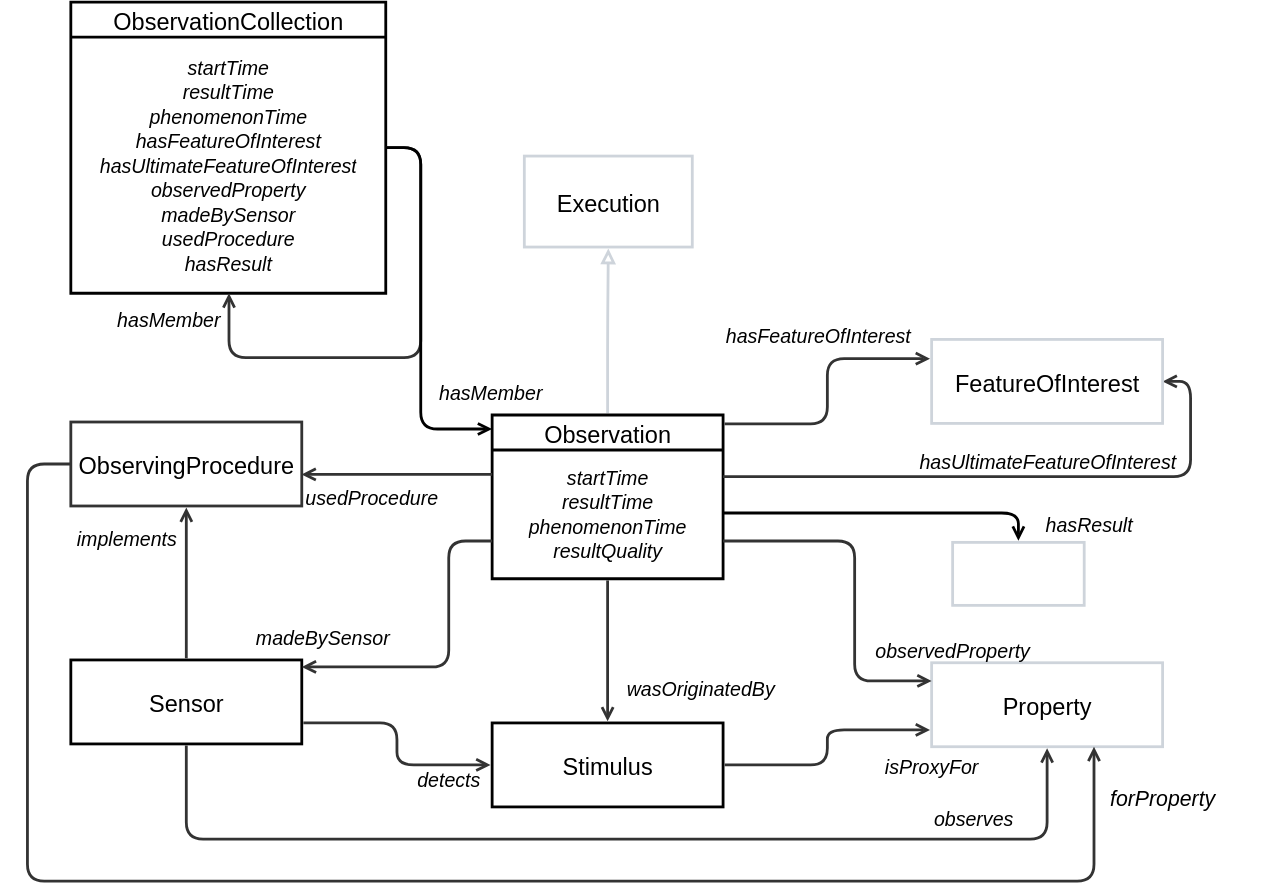
Earlier version of the draw.io export ssn/images/Observation.svg (afeliachi/sdw-sosa-ssn). Source tidied: cells renumbered, new cells last; positions are measured from the earlier drawing's top-left corner, leaving out a move shared by most shapes.
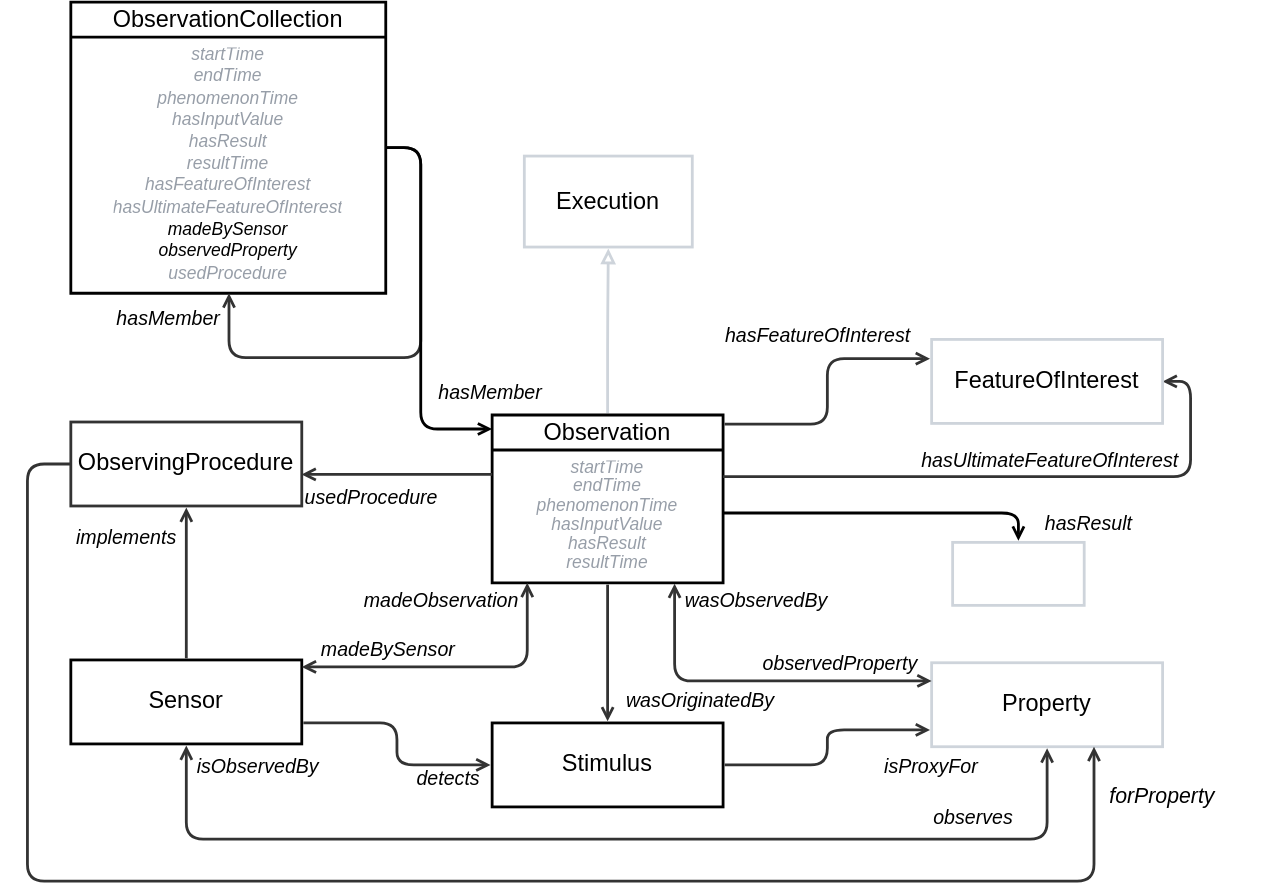
Later version of the same file.

Commit message:
black/grey for defined in/outside module. Add more property names

Diff of the diagram source:
```diff
@@ -15,19 +15,18 @@
       <mxGeometry x="494" y="215" width="180" height="45" as="geometry" />
     </mxCell>
     <mxCell id="6" value="Observation" style="html=1;overflow=block;blockSpacing=1;swimlane;horizontal=1;fontStyle=0;swimlaneFillColor=none;startSize=25;whiteSpace=wrap;fontSize=16.8;align=center;spacing=0;strokeOpacity=100;fillColor=none;strokeWidth=2;fontColor=default;convertToSvg=1;" parent="1" vertex="1">
-      <mxGeometry x="351" y="295" width="165" height="117" as="geometry" />
+      <mxGeometry x="351" y="295" width="165" height="120" as="geometry" />
     </mxCell>
-    <mxCell id="7" value="&lt;div style=&quot;display: flex; justify-content: center; text-align: center; align-items: baseline; line-height: 1.25; margin-top: -2px;&quot;&gt;&lt;span style=&quot;font-style: italic;&quot;&gt;&lt;font style=&quot;font-size: 14px;&quot;&gt;startTime&lt;br&gt;&lt;/font&gt;&lt;/span&gt;&lt;/div&gt;&lt;div style=&quot;display: flex; justify-content: center; text-align: center; align-items: baseline; line-height: 1.25; margin-top: -2px;&quot;&gt;&lt;span&gt;&lt;span style=&quot;font-style: italic;&quot;&gt;&lt;font style=&quot;font-size: 14px;&quot;&gt;resultTime&lt;br&gt;&lt;/font&gt;&lt;/span&gt;&lt;/span&gt;&lt;/div&gt;&lt;div style=&quot;display: flex; justify-content: center; text-align: center; align-items: baseline; line-height: 1.25; margin-top: -2px;&quot;&gt;&lt;span&gt;&lt;span style=&quot;font-style: italic;&quot;&gt;&lt;font style=&quot;font-size: 14px;&quot;&gt;phenomenonTime&lt;br&gt;&lt;/font&gt;&lt;/span&gt;&lt;/span&gt;&lt;/div&gt;&lt;div style=&quot;display: flex; justify-content: center; text-align: center; align-items: baseline; line-height: 1.25; margin-top: -2px;&quot;&gt;&lt;span style=&quot;font-style: italic;&quot;&gt;&lt;font style=&quot;font-size: 14px;&quot;&gt;resultQuality&lt;/font&gt;&lt;/span&gt;&lt;/div&gt;" style="html=1;strokeColor=none;fillColor=none;verticalAlign=middle;spacingLeft=4;spacingRight=4;overflow=hidden;points=[[0,0.5],[1,0.5]];portConstraint=eastwest;swimlaneFillColor=none;strokeOpacity=100;whiteSpace=wrap;fontSize=15.2;fontStyle=2;align=center;strokeWidth=2;fontColor=default;convertToSvg=1;" parent="6" vertex="1">
-      <mxGeometry y="25" width="165" height="92" as="geometry" />
+    <mxCell id="7" value="&lt;div style=&quot;border-color: var(--border-color); font-size: 12.5px; display: flex; justify-content: center; align-items: baseline; line-height: 1.25; margin-top: -2px;&quot;&gt;&lt;font style=&quot;border-color: var(--border-color);&quot;&gt;&lt;font style=&quot;border-color: var(--border-color);&quot; color=&quot;#979ea8&quot;&gt;startTime&lt;/font&gt;&lt;/font&gt;&lt;/div&gt;&lt;div style=&quot;border-color: var(--border-color); font-size: 12.5px; display: flex; justify-content: center; align-items: baseline; line-height: 1.25; margin-top: -2px;&quot;&gt;&lt;font style=&quot;border-color: var(--border-color);&quot;&gt;&lt;font style=&quot;border-color: var(--border-color);&quot; color=&quot;#979ea8&quot;&gt;endTime&lt;/font&gt;&lt;/font&gt;&lt;/div&gt;&lt;div style=&quot;border-color: var(--border-color); font-size: 12.5px; display: flex; justify-content: center; align-items: baseline; line-height: 1.25; margin-top: -2px;&quot;&gt;&lt;font style=&quot;border-color: var(--border-color);&quot;&gt;&lt;font style=&quot;border-color: var(--border-color);&quot; color=&quot;#979ea8&quot;&gt;phenomenonTime&lt;/font&gt;&lt;/font&gt;&lt;/div&gt;&lt;div style=&quot;border-color: var(--border-color); font-size: 12.5px; display: flex; justify-content: center; align-items: baseline; line-height: 1.25; margin-top: -2px;&quot;&gt;&lt;font style=&quot;border-color: var(--border-color);&quot;&gt;&lt;font style=&quot;border-color: var(--border-color);&quot; color=&quot;#979ea8&quot;&gt;hasInputValue&lt;/font&gt;&lt;/font&gt;&lt;/div&gt;&lt;div style=&quot;border-color: var(--border-color); font-size: 12.5px; display: flex; justify-content: center; align-items: baseline; line-height: 1.25; margin-top: -2px;&quot;&gt;&lt;font style=&quot;border-color: var(--border-color);&quot;&gt;&lt;font style=&quot;border-color: var(--border-color);&quot; color=&quot;#979ea8&quot;&gt;hasResult&lt;/font&gt;&lt;/font&gt;&lt;/div&gt;&lt;div style=&quot;border-color: var(--border-color); font-size: 12.5px; display: flex; justify-content: center; align-items: baseline; line-height: 1.25; margin-top: -2px;&quot;&gt;&lt;font style=&quot;border-color: var(--border-color);&quot;&gt;&lt;font style=&quot;border-color: var(--border-color);&quot; color=&quot;#979ea8&quot;&gt;resultTime&lt;/font&gt;&lt;/font&gt;&lt;/div&gt;" style="html=1;strokeColor=none;fillColor=none;verticalAlign=middle;spacingLeft=4;spacingRight=4;overflow=hidden;points=[[0,0.5],[1,0.5]];portConstraint=eastwest;swimlaneFillColor=none;strokeOpacity=100;whiteSpace=wrap;fontSize=15.2;fontStyle=2;align=center;strokeWidth=2;fontColor=default;convertToSvg=1;" parent="6" vertex="1">
+      <mxGeometry y="25" width="165" height="95" as="geometry" />
     </mxCell>
     <mxCell id="8" value="Sensor" style="html=1;overflow=block;blockSpacing=1;whiteSpace=wrap;fontSize=16.8;align=center;spacing=0;strokeOpacity=100;fillColor=none;strokeWidth=2;swimlaneFillColor=none;fontColor=default;convertToSvg=1;" parent="1" vertex="1">
       <mxGeometry x="50" y="470" width="165" height="60" as="geometry" />
     </mxCell>
-    <mxCell id="9" style="html=1;jettySize=18;whiteSpace=wrap;fontSize=13;strokeColor=#333333;strokeOpacity=100;strokeWidth=2;rounded=1;arcSize=24;edgeStyle=orthogonalEdgeStyle;startArrow=none;endArrow=open;lucidId=pEnhoM4dJrAu;fontColor=default;convertToSvg=1;" parent="1" edge="1" source="7" target="8">
+    <mxCell id="9" style="html=1;jettySize=18;whiteSpace=wrap;fontSize=13;strokeColor=#333333;strokeOpacity=100;strokeWidth=2;rounded=1;arcSize=24;edgeStyle=orthogonalEdgeStyle;startArrow=open;endArrow=open;lucidId=pEnhoM4dJrAu;fontColor=default;convertToSvg=1;exitX=0.152;exitY=0.999;exitDx=0;exitDy=0;exitPerimeter=0;startFill=0;" parent="1" edge="1" source="7" target="8">
       <mxGeometry relative="1" as="geometry">
         <Array as="points">
-          <mxPoint x="320" y="385" />
-          <mxPoint x="320" y="475" />
+          <mxPoint x="376" y="475" />
         </Array>
       </mxGeometry>
     </mxCell>
@@ -41,16 +40,15 @@
     <mxCell id="11" value="Property" style="html=1;overflow=block;blockSpacing=1;whiteSpace=wrap;fontSize=16.8;align=center;spacing=0;strokeColor=#ced4db;strokeOpacity=100;fillOpacity=100;fillColor=none;strokeWidth=2;fontColor=default;convertToSvg=1;" parent="1" vertex="1">
       <mxGeometry x="665" y="472" width="165" height="60" as="geometry" />
     </mxCell>
-    <mxCell id="12" style="html=1;jettySize=18;whiteSpace=wrap;fontSize=13;strokeColor=#333333;strokeOpacity=100;strokeWidth=2;rounded=1;arcSize=24;edgeStyle=orthogonalEdgeStyle;startArrow=none;endArrow=open;lucidId=rHnhzhYCxNac;fontColor=default;convertToSvg=1;" parent="1" edge="1" source="7" target="11">
+    <mxCell id="12" style="html=1;jettySize=18;whiteSpace=wrap;fontSize=13;strokeColor=#333333;strokeOpacity=100;strokeWidth=2;rounded=1;arcSize=24;edgeStyle=orthogonalEdgeStyle;startArrow=open;endArrow=open;lucidId=rHnhzhYCxNac;fontColor=default;convertToSvg=1;exitX=0.79;exitY=1.005;exitDx=0;exitDy=0;exitPerimeter=0;startFill=0;" parent="1" edge="1" source="7" target="11">
       <mxGeometry relative="1" as="geometry">
         <Array as="points">
-          <mxPoint x="610" y="385" />
-          <mxPoint x="610" y="485" />
+          <mxPoint x="481" y="485" />
         </Array>
       </mxGeometry>
     </mxCell>
     <mxCell id="13" value="observedProperty" style="html=1;overflow=block;blockSpacing=1;whiteSpace=wrap;fontSize=14;fontColor=default;fontStyle=2;align=center;spacing=0;strokeColor=none;strokeOpacity=100;fillOpacity=100;fillColor=none;strokeWidth=2;lucidId=uHnhI1piTKAt;convertToSvg=1;" parent="1" vertex="1">
-      <mxGeometry x="590" y="440" width="180" height="45" as="geometry" />
+      <mxGeometry x="510" y="450" width="180" height="45" as="geometry" />
     </mxCell>
     <mxCell id="14" value="hasUltimateFeatureOfInterest" style="html=1;overflow=block;blockSpacing=1;whiteSpace=wrap;fontSize=14;fontStyle=2;align=center;spacing=0;strokeColor=none;strokeOpacity=100;fillOpacity=100;fillColor=none;strokeWidth=2;lucidId=6BohEpO367qT;fontColor=default;convertToSvg=1;" parent="1" vertex="1">
       <mxGeometry x="658" y="305" width="180" height="45" as="geometry" />
@@ -76,7 +74,7 @@
       <mxGeometry relative="1" as="geometry" />
     </mxCell>
     <mxCell id="20" value="wasOriginatedBy" style="html=1;overflow=block;blockSpacing=1;whiteSpace=wrap;fontSize=14;fontColor=default;fontStyle=2;align=center;spacing=0;strokeColor=none;strokeOpacity=100;fillOpacity=100;fillColor=none;strokeWidth=2;lucidId=ENohH3bP3nPS;convertToSvg=1;" parent="1" vertex="1">
-      <mxGeometry x="410" y="467" width="180" height="45" as="geometry" />
+      <mxGeometry x="410" y="476" width="180" height="45" as="geometry" />
     </mxCell>
     <mxCell id="21" value="detects" style="html=1;overflow=block;blockSpacing=1;whiteSpace=wrap;fontSize=14;fontColor=default;fontStyle=2;align=center;spacing=0;strokeColor=none;strokeOpacity=100;fillOpacity=100;fillColor=none;strokeWidth=2;lucidId=UNohE9axuzDD;convertToSvg=1;" parent="1" vertex="1">
       <mxGeometry x="230" y="532" width="180" height="45" as="geometry" />
@@ -99,7 +97,7 @@
     <mxCell id="25" value="ObservationCollection" style="html=1;overflow=block;blockSpacing=1;swimlane;horizontal=1;fontStyle=0;swimlaneFillColor=none;startSize=25;whiteSpace=wrap;fontSize=16.8;align=center;spacing=0;strokeOpacity=100;fillColor=none;strokeWidth=2;fontColor=default;convertToSvg=1;" parent="1" vertex="1">
       <mxGeometry x="50" width="225" height="208" as="geometry" />
     </mxCell>
-    <mxCell id="26" value="&lt;div style=&quot;display: flex; justify-content: center; text-align: center; align-items: baseline; line-height: 1.25; margin-top: -2px;&quot;&gt;&lt;span style=&quot;font-style: italic;&quot;&gt;&lt;font style=&quot;font-size: 14px;&quot;&gt;startTime&lt;br&gt;&lt;/font&gt;&lt;/span&gt;&lt;/div&gt;&lt;div style=&quot;display: flex; justify-content: center; text-align: center; align-items: baseline; line-height: 1.25; margin-top: -2px;&quot;&gt;&lt;span&gt;&lt;span style=&quot;font-style: italic;&quot;&gt;&lt;font style=&quot;font-size: 14px;&quot;&gt;resultTime&lt;br&gt;&lt;/font&gt;&lt;/span&gt;&lt;/span&gt;&lt;/div&gt;&lt;div style=&quot;display: flex; justify-content: center; text-align: center; align-items: baseline; line-height: 1.25; margin-top: -2px;&quot;&gt;&lt;span&gt;&lt;span style=&quot;font-style: italic;&quot;&gt;&lt;font style=&quot;font-size: 14px;&quot;&gt;phenomenonTime&lt;br&gt;&lt;/font&gt;&lt;/span&gt;&lt;/span&gt;&lt;/div&gt;&lt;div style=&quot;display: flex; justify-content: center; text-align: center; align-items: baseline; line-height: 1.25; margin-top: -2px;&quot;&gt;&lt;span&gt;&lt;span style=&quot;font-style: italic;&quot;&gt;&lt;font style=&quot;font-size: 14px;&quot;&gt;hasFeatureOfInterest&lt;br&gt;&lt;/font&gt;&lt;/span&gt;&lt;/span&gt;&lt;/div&gt;&lt;div style=&quot;display: flex; justify-content: center; text-align: center; align-items: baseline; line-height: 1.25; margin-top: -2px;&quot;&gt;&lt;span&gt;&lt;span style=&quot;font-style: italic;&quot;&gt;&lt;font style=&quot;font-size: 14px;&quot;&gt;hasUltimateFeatureOfInterest&lt;br&gt;&lt;/font&gt;&lt;/span&gt;&lt;/span&gt;&lt;/div&gt;&lt;div style=&quot;display: flex; justify-content: center; text-align: center; align-items: baseline; line-height: 1.25; margin-top: -2px;&quot;&gt;&lt;span&gt;&lt;span style=&quot;font-style: italic;&quot;&gt;&lt;font style=&quot;font-size: 14px;&quot;&gt;observedProperty&lt;br&gt;&lt;/font&gt;&lt;/span&gt;&lt;/span&gt;&lt;/div&gt;&lt;div style=&quot;display: flex; justify-content: center; text-align: center; align-items: baseline; line-height: 1.25; margin-top: -2px;&quot;&gt;&lt;span&gt;&lt;span style=&quot;font-style: italic;&quot;&gt;&lt;font style=&quot;font-size: 14px;&quot;&gt;madeBySensor&lt;br&gt;&lt;/font&gt;&lt;/span&gt;&lt;/span&gt;&lt;/div&gt;&lt;div style=&quot;display: flex; justify-content: center; text-align: center; align-items: baseline; line-height: 1.25; margin-top: -2px;&quot;&gt;&lt;span&gt;&lt;span style=&quot;font-style: italic;&quot;&gt;&lt;font style=&quot;font-size: 14px;&quot;&gt;usedProcedure&lt;br&gt;&lt;/font&gt;&lt;/span&gt;&lt;/span&gt;&lt;/div&gt;&lt;div style=&quot;display: flex; justify-content: center; text-align: center; align-items: baseline; line-height: 1.25; margin-top: -2px;&quot;&gt;&lt;span style=&quot;font-style: italic;&quot;&gt;&lt;font style=&quot;font-size: 14px;&quot;&gt;hasResult&lt;/font&gt;&lt;/span&gt;&lt;/div&gt;" style="html=1;strokeColor=none;fillColor=none;verticalAlign=middle;spacingLeft=4;spacingRight=4;overflow=hidden;points=[[0,0.5],[1,0.5]];portConstraint=eastwest;swimlaneFillColor=none;strokeOpacity=100;whiteSpace=wrap;fontSize=15.2;fontStyle=2;align=center;strokeWidth=2;fontColor=default;convertToSvg=1;" parent="25" vertex="1">
+    <mxCell id="26" value="&lt;div style=&quot;display: flex; justify-content: center; text-align: center; align-items: baseline; line-height: 1.25; margin-top: -2px; font-size: 12.5px;&quot;&gt;&lt;span style=&quot;font-style: italic;&quot;&gt;&lt;font style=&quot;border-color: var(--border-color); font-size: 12.5px;&quot; color=&quot;#979ea8&quot;&gt;startTime&lt;br style=&quot;border-color: var(--border-color); padding: 0px; margin: 0px;&quot;&gt;endTime&lt;br style=&quot;border-color: var(--border-color); padding: 0px; margin: 0px;&quot;&gt;&lt;span style=&quot;border-color: var(--border-color);&quot;&gt;phenomenonTime&lt;/span&gt;&lt;br style=&quot;border-color: var(--border-color); padding: 0px; margin: 0px;&quot;&gt;&lt;span style=&quot;border-color: var(--border-color);&quot;&gt;hasInputValue&lt;/span&gt;&lt;br style=&quot;border-color: var(--border-color); padding: 0px; margin: 0px;&quot;&gt;&lt;span style=&quot;border-color: var(--border-color);&quot;&gt;hasResult&lt;/span&gt;&lt;br style=&quot;border-color: var(--border-color); padding: 0px; margin: 0px;&quot;&gt;&lt;span style=&quot;border-color: var(--border-color);&quot;&gt;resultTime&lt;/span&gt;&lt;br style=&quot;border-color: var(--border-color); padding: 0px; margin: 0px;&quot;&gt;&lt;span style=&quot;border-color: var(--border-color);&quot;&gt;hasFeatureOfInterest&lt;/span&gt;&lt;br style=&quot;border-color: var(--border-color); padding: 0px; margin: 0px;&quot;&gt;&lt;span style=&quot;border-color: var(--border-color);&quot;&gt;hasUltimateFeatureOfInterest&lt;/span&gt;&lt;/font&gt;&lt;br style=&quot;border-color: var(--border-color); font-size: 12.5px; padding: 0px; margin: 0px;&quot;&gt;&lt;span style=&quot;border-color: var(--border-color); font-size: 12.5px;&quot;&gt;madeBySensor&lt;br style=&quot;border-color: var(--border-color);&quot;&gt;&lt;/span&gt;&lt;span style=&quot;border-color: var(--border-color); font-size: 12.5px; background-color: initial;&quot;&gt;observedProperty&lt;br style=&quot;border-color: var(--border-color);&quot;&gt;&lt;/span&gt;&lt;span style=&quot;border-color: var(--border-color); font-size: 12.5px; background-color: initial; color: rgb(151, 158, 168);&quot;&gt;usedProcedure&lt;/span&gt;&lt;br&gt;&lt;/span&gt;&lt;/div&gt;" style="html=1;strokeColor=none;fillColor=none;verticalAlign=middle;spacingLeft=4;spacingRight=4;overflow=hidden;points=[[0,0.5],[1,0.5]];portConstraint=eastwest;swimlaneFillColor=none;strokeOpacity=100;whiteSpace=wrap;fontSize=15.2;fontStyle=2;align=center;strokeWidth=2;fontColor=default;convertToSvg=1;" parent="25" vertex="1">
       <mxGeometry y="25" width="225" height="183" as="geometry" />
     </mxCell>
     <mxCell id="27" style="html=1;jettySize=18;whiteSpace=wrap;fontSize=13;strokeColor=#333333;strokeOpacity=100;strokeWidth=2;rounded=1;arcSize=24;edgeStyle=orthogonalEdgeStyle;startArrow=none;endArrow=open;lucidId=UNwiSLJqu.nH;fontColor=default;convertToSvg=1;" parent="25" edge="1" source="26" target="26">
@@ -129,7 +127,7 @@
       </mxGeometry>
     </mxCell>
     <mxCell id="32" value="madeBySensor" style="html=1;overflow=block;blockSpacing=1;whiteSpace=wrap;fontSize=14;fontColor=default;fontStyle=2;align=center;spacing=0;strokeColor=none;strokeOpacity=100;fillOpacity=100;fillColor=none;strokeWidth=2;lucidId=REnh4P5LXUKC;convertToSvg=1;" parent="1" vertex="1">
-      <mxGeometry x="140" y="431" width="180" height="45" as="geometry" />
+      <mxGeometry x="187" y="440" width="180" height="45" as="geometry" />
     </mxCell>
     <mxCell id="33" value="usedProcedure" style="html=1;overflow=block;blockSpacing=1;whiteSpace=wrap;fontSize=14;fontStyle=2;align=center;spacing=0;strokeColor=none;strokeOpacity=100;fillOpacity=100;fillColor=none;strokeWidth=2;lucidId=pFnhXCzcV6r5;fontColor=default;convertToSvg=1;" parent="1" vertex="1">
       <mxGeometry x="200" y="338.5" width="130" height="30" as="geometry" />
@@ -143,7 +141,7 @@
     <mxCell id="36" value="implements" style="html=1;overflow=block;blockSpacing=1;whiteSpace=wrap;fontSize=14;fontStyle=2;align=center;spacing=0;strokeColor=none;strokeOpacity=100;fillOpacity=100;fillColor=none;strokeWidth=2;lucidId=2fglzt4mrBW.;fontColor=default;convertToSvg=1;" parent="1" vertex="1">
       <mxGeometry y="360" width="180" height="45" as="geometry" />
     </mxCell>
-    <mxCell id="37" style="html=1;jettySize=18;whiteSpace=wrap;fontSize=13;strokeColor=#333333;strokeOpacity=100;strokeWidth=2;rounded=1;arcSize=24;edgeStyle=orthogonalEdgeStyle;startArrow=none;endArrow=open;exitX=0.5;exitY=1.019;exitPerimeter=0;entryX=0.5;entryY=1.019;entryPerimeter=0;lucidId=ohglutsPX9Mi;fontColor=default;convertToSvg=1;" parent="1" edge="1" source="8" target="11">
+    <mxCell id="37" style="html=1;jettySize=18;whiteSpace=wrap;fontSize=13;strokeColor=#333333;strokeOpacity=100;strokeWidth=2;rounded=1;arcSize=24;edgeStyle=orthogonalEdgeStyle;startArrow=open;endArrow=open;exitX=0.5;exitY=1.019;exitPerimeter=0;entryX=0.5;entryY=1.019;entryPerimeter=0;lucidId=ohglutsPX9Mi;fontColor=default;convertToSvg=1;startFill=0;" parent="1" edge="1" source="8" target="11">
       <mxGeometry relative="1" as="geometry">
         <Array as="points">
           <mxPoint x="133" y="598" />
@@ -167,5 +165,14 @@
     <mxCell id="41" value="hasResult" style="html=1;overflow=block;blockSpacing=1;whiteSpace=wrap;fontSize=14;fontStyle=2;align=center;spacing=0;strokeColor=none;strokeOpacity=100;fillOpacity=100;fillColor=none;strokeWidth=2;lucidId=1Fbi5KvL8pxK;fontColor=default;convertToSvg=1;" parent="1" vertex="1">
       <mxGeometry x="710" y="350" width="135" height="45" as="geometry" />
     </mxCell>
+    <mxCell id="42" value="wasObservedBy" style="html=1;overflow=block;blockSpacing=1;whiteSpace=wrap;fontSize=14;fontColor=default;fontStyle=2;align=center;spacing=0;strokeColor=none;strokeOpacity=100;fillOpacity=100;fillColor=none;strokeWidth=2;lucidId=uHnhI1piTKAt;convertToSvg=1;" parent="1" vertex="1">
+      <mxGeometry x="450" y="405" width="180" height="45" as="geometry" />
+    </mxCell>
+    <mxCell id="43" value="madeObservation" style="html=1;overflow=block;blockSpacing=1;whiteSpace=wrap;fontSize=14;fontColor=default;fontStyle=2;align=center;spacing=0;strokeColor=none;strokeOpacity=100;fillOpacity=100;fillColor=none;strokeWidth=2;lucidId=uHnhI1piTKAt;convertToSvg=1;" parent="1" vertex="1">
+      <mxGeometry x="240" y="405" width="150" height="45" as="geometry" />
+    </mxCell>
+    <mxCell id="44" value="isObservedBy" style="html=1;overflow=block;blockSpacing=1;whiteSpace=wrap;fontSize=14;fontColor=default;fontStyle=2;align=center;spacing=0;strokeColor=none;strokeOpacity=100;fillOpacity=100;fillColor=none;strokeWidth=2;lucidId=WhglgM~M54sa;convertToSvg=1;" parent="1" vertex="1">
+      <mxGeometry x="94" y="523" width="180" height="45" as="geometry" />
+    </mxCell>
   </root>
 </mxGraphModel>
```
